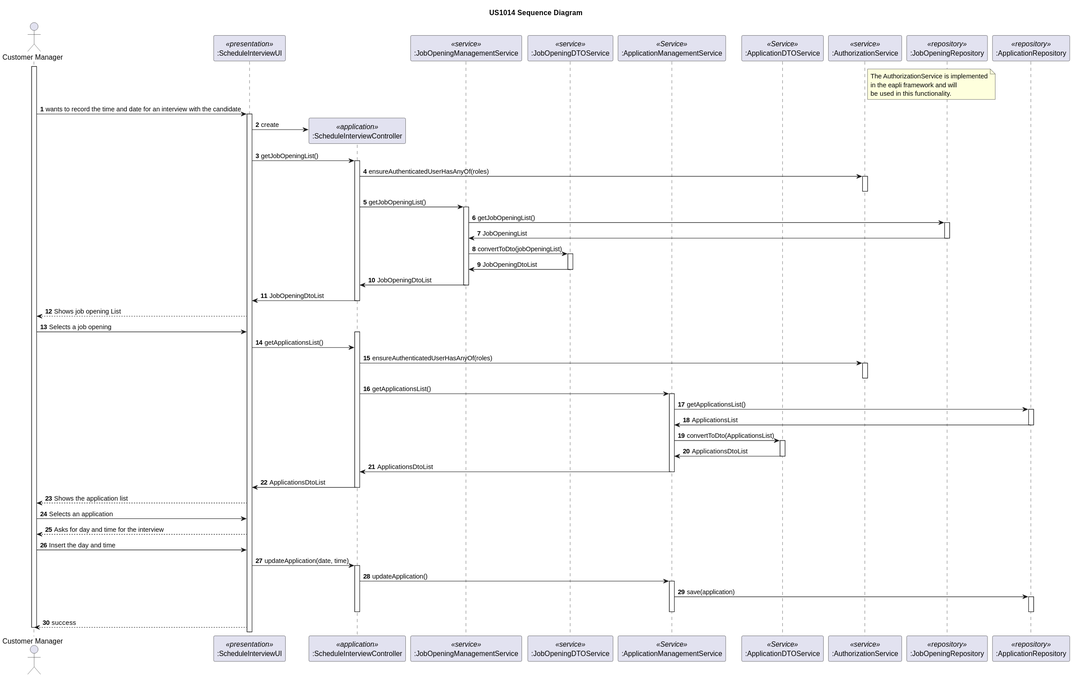
Above: docs/sprint-c/us_1014/sd/sd-us-1014.svg in rita-barbosa/LAPR4-2324 (PlantUML), before the change.
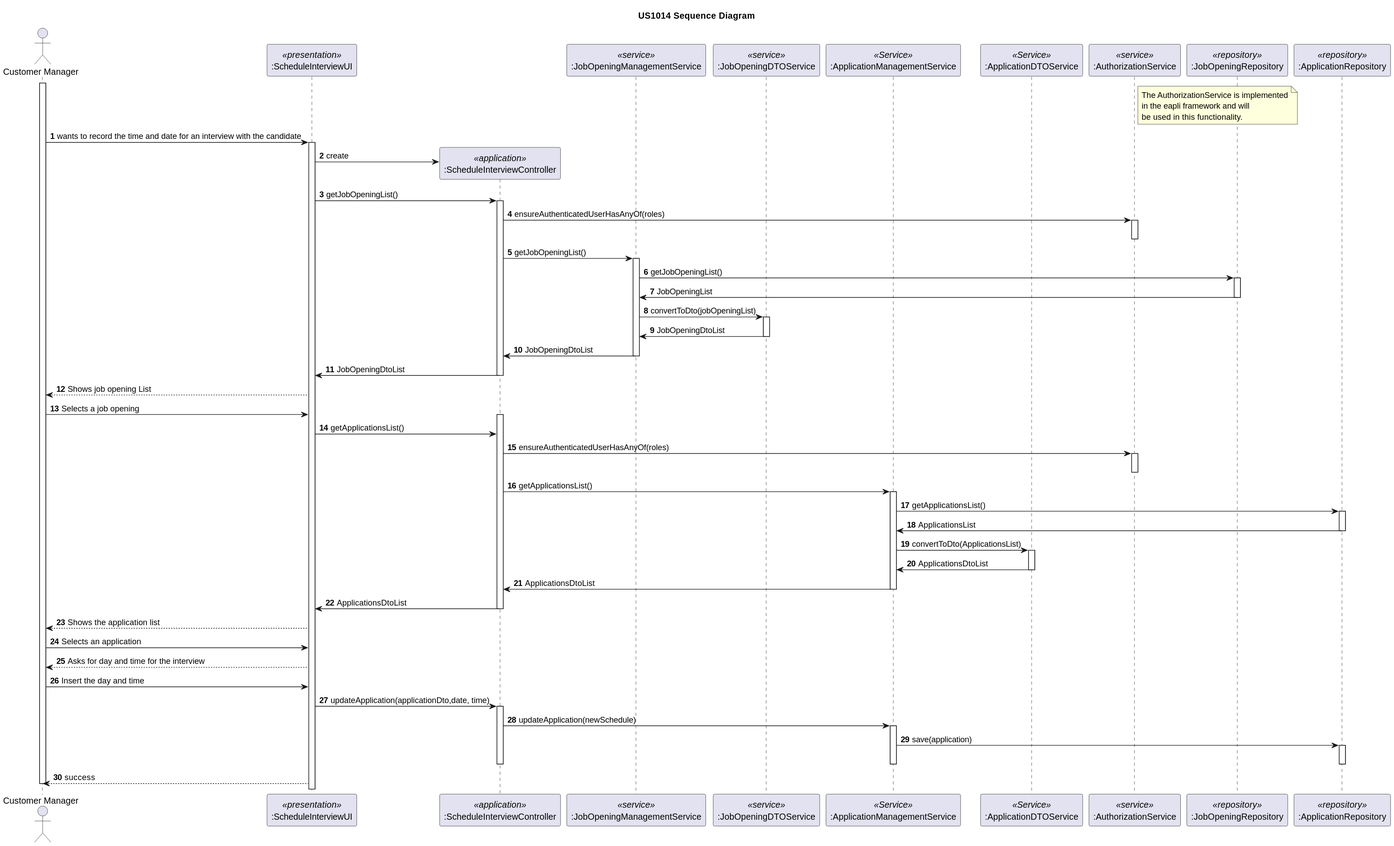
Above is the later version.

Diff of the diagram source:
```diff
@@ -81,9 +81,9 @@
 UI --> CustomerManager: Asks for day and time for the interview
 CustomerManager-> UI: Insert the day and time
 
-UI->CTRL: updateApplication(date, time)
+UI->CTRL: updateApplication(applicationDto,date, time)
 activate CTRL
-    CTRL -> ApplicationService: updateApplication()
+    CTRL -> ApplicationService: updateApplication(newSchedule)
     activate ApplicationService
         ApplicationService -> ApplicationRepository: save(application)
         activate ApplicationRepository
```
